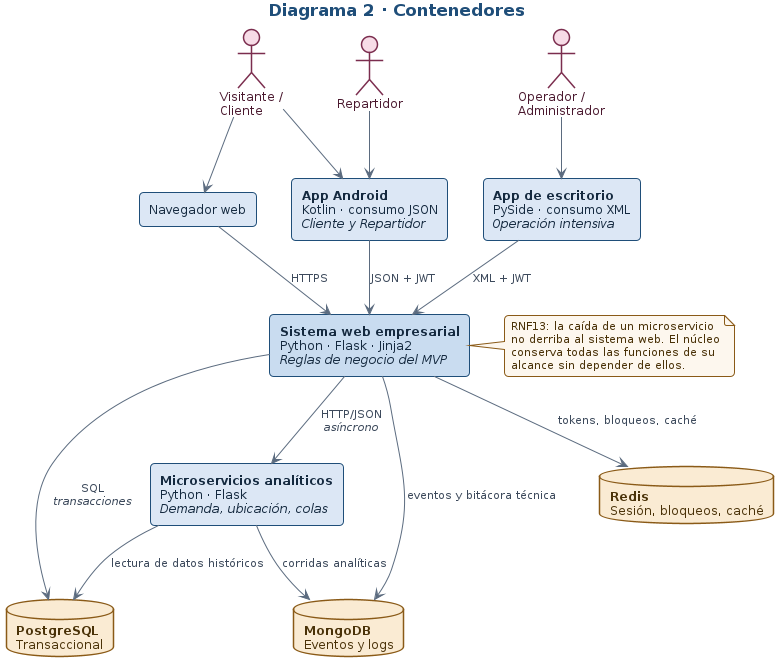
The PlantUML diagram bloque_d/diagramas/02_contenedores.png in mauro-castp/proyecto-integracion, before a commit. Its source is kept beside it as bloque_d/fuentes/02_contenedores.puml.
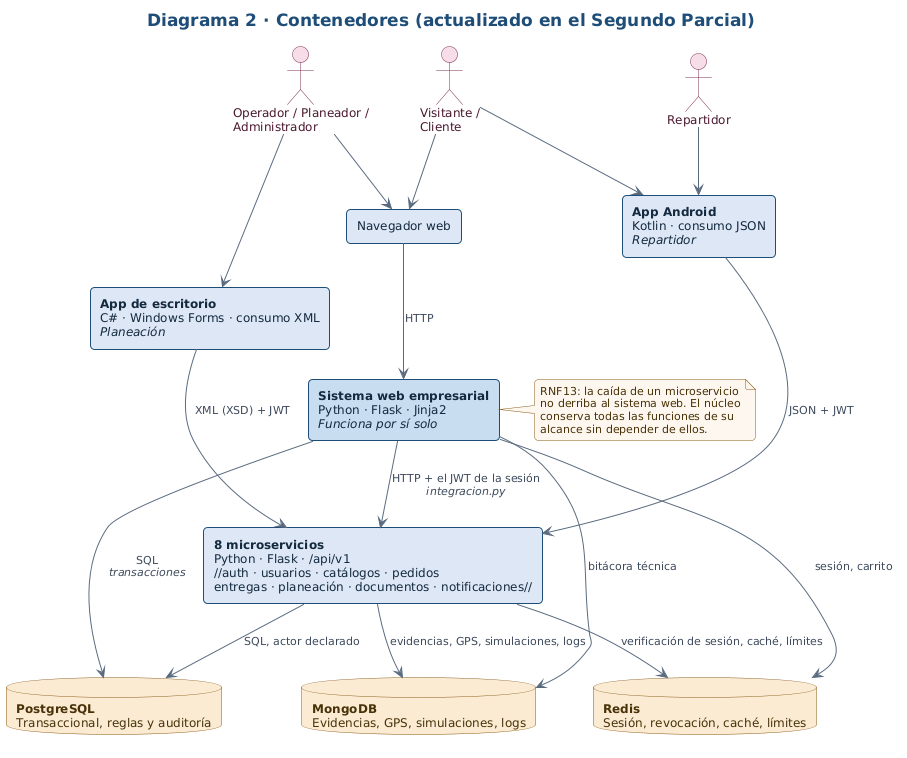
The same file after the commit.

The edit, as a diff of the source:
```diff
@@ -1,36 +1,38 @@
 @startuml
 !include tema.iuml
-title Diagrama 2 · Contenedores
+title Diagrama 2 · Contenedores (actualizado en el Segundo Parcial)
 
 actor "Visitante /\nCliente" as CLI
-actor "Operador /\nAdministrador" as OPE
+actor "Operador / Planeador /\nAdministrador" as OPE
 actor "Repartidor" as REP
 
 rectangle "Navegador web" as NAV
-rectangle "**Sistema web empresarial**\nPython · Flask · Jinja2\n//Reglas de negocio del MVP//" as WEB #C9DCF0
-rectangle "**App Android**\nKotlin · consumo JSON\n//Cliente y Repartidor//" as AND
-rectangle "**App de escritorio**\nPySide · consumo XML\n//Operación intensiva//" as ESC
-rectangle "**Microservicios analíticos**\nPython · Flask\n//Demanda, ubicación, colas//" as MS
+rectangle "**Sistema web empresarial**\nPython · Flask · Jinja2\n//Funciona por sí solo//" as WEB #C9DCF0
+rectangle "**App Android**\nKotlin · consumo JSON\n//Repartidor//" as AND
+rectangle "**App de escritorio**\nC# · Windows Forms · consumo XML\n//Planeación//" as ESC
+rectangle "**8 microservicios**\nPython · Flask · /api/v1\n//auth · usuarios · catálogos · pedidos\nentregas · planeación · documentos · notificaciones//" as MS
 
-database "**PostgreSQL**\nTransaccional" as PG
-database "**MongoDB**\nEventos y logs" as MG
-database "**Redis**\nSesión, bloqueos, caché" as RD
+database "**PostgreSQL**\nTransaccional, reglas y auditoría" as PG
+database "**MongoDB**\nEvidencias, GPS, simulaciones, logs" as MG
+database "**Redis**\nSesión, revocación, caché, límites" as RD
 
 CLI --> NAV
-NAV --> WEB : HTTPS
+OPE --> NAV
+NAV --> WEB : HTTP
 OPE --> ESC
 REP --> AND
 CLI --> AND
 
-AND --> WEB : JSON + JWT
-ESC --> WEB : XML + JWT
-WEB --> MS : HTTP/JSON\n//asíncrono//
+AND --> MS : JSON + JWT
+ESC --> MS : XML (XSD) + JWT
+WEB --> MS : HTTP + el JWT de la sesión\n//integracion.py//
 
 WEB --> PG : SQL\n//transacciones//
-WEB --> MG : eventos y bitácora técnica
-WEB --> RD : tokens, bloqueos, caché
-MS --> MG : corridas analíticas
-MS --> PG : lectura de datos históricos
+WEB --> MG : bitácora técnica
+WEB --> RD : sesión, carrito
+MS --> PG : SQL, actor declarado
+MS --> MG : evidencias, GPS, simulaciones, logs
+MS --> RD : verificación de sesión, caché, límites
 
 note right of WEB
   RNF13: la caída de un microservicio
```
